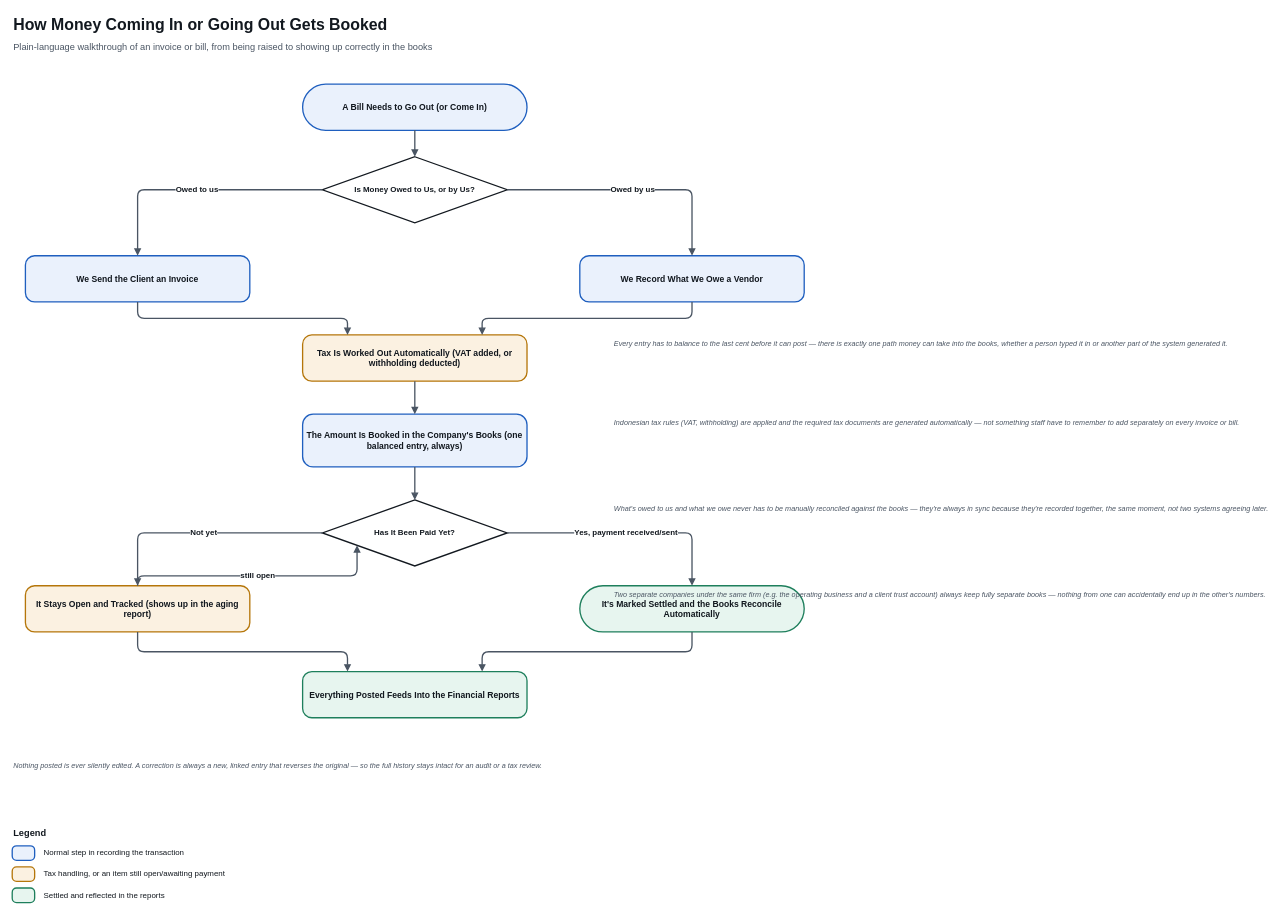
Above: app/Modules/Accounting/ACCOUNTING_FLOW.drawio in andrych17/qualiv_project (draw.io), before the change. Source tidied: cells renumbered, new cells numbered last; positions are measured from the earlier drawing's top-left corner, leaving out a move shared by most shapes. Both pictures are drawn from the tidied source at 66%, with x=0, y=0 at pixel (12, 11).
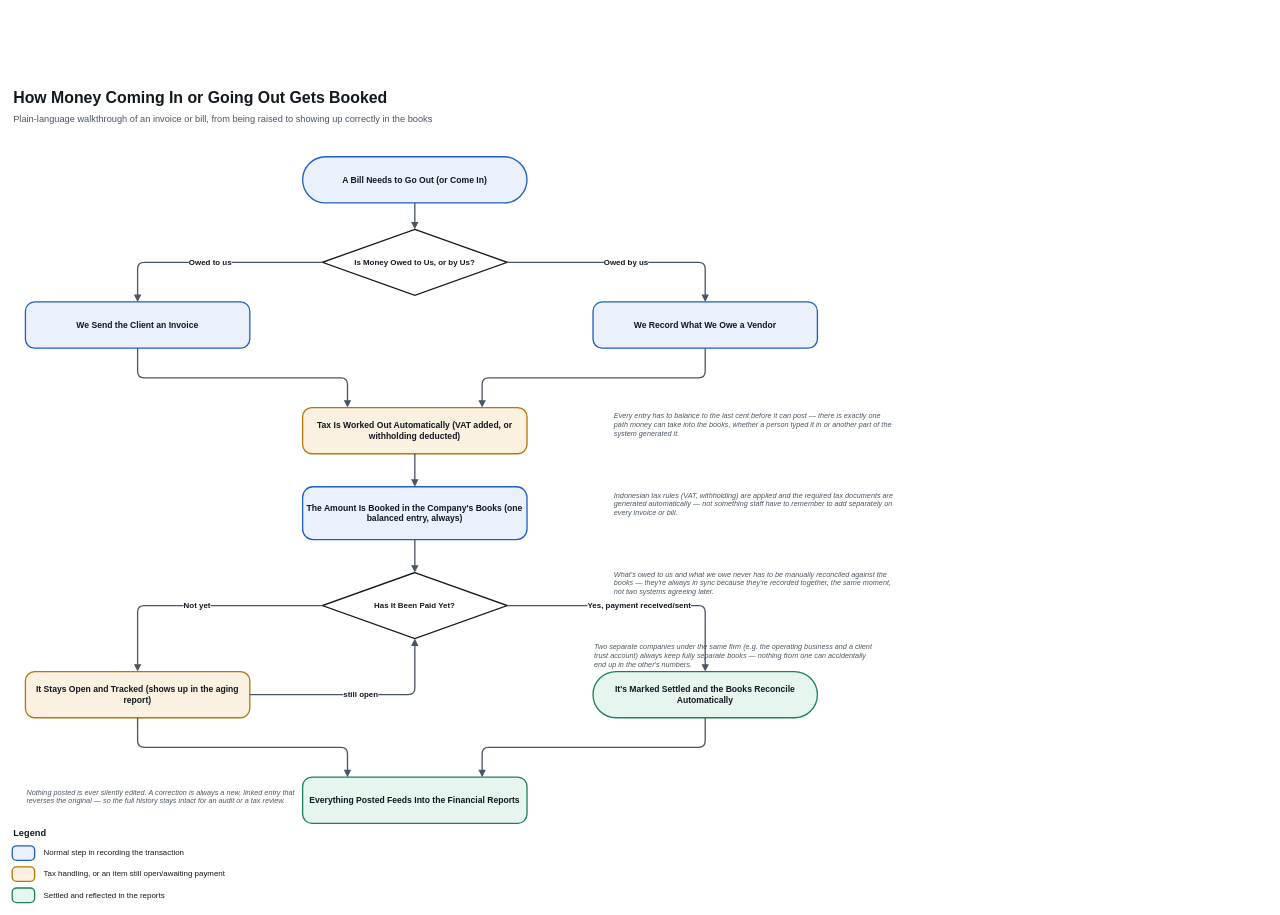
The same diagram, later.

Change to the diagram source:
```diff
@@
     <mxCell id="2" value="How Money Coming In or Going Out Gets Booked" style="text;html=1;fontSize=24;fontStyle=1;fontColor=#12181F;align=left;" parent="1" vertex="1">
-      <mxGeometry width="1000" height="36" as="geometry" />
+      <mxGeometry y="110" width="1000" height="36" as="geometry" />
     </mxCell>
     <mxCell id="3" value="Plain-language walkthrough of an invoice or bill, from being raised to showing up correctly in the books" style="text;html=1;fontSize=14;fontColor=#4A5563;align=left;" parent="1" vertex="1">
-      <mxGeometry y="38" width="1000" height="24" as="geometry" />
+      <mxGeometry y="148" width="1000" height="24" as="geometry" />
     </mxCell>
     <mxCell id="4" value="A Bill Needs to Go Out (or Come In)" style="rounded=1;arcSize=50;whiteSpace=wrap;html=1;fillColor=#EAF1FC;strokeColor=#1F5FBF;strokeWidth=2;fontSize=13;fontStyle=1;fontColor=#12181F;" parent="1" vertex="1">
-      <mxGeometry x="440" y="110" width="340" height="70" as="geometry" />
+      <mxGeometry x="440" y="220" width="340" height="70" as="geometry" />
     </mxCell>
     <mxCell id="5" value="Is Money Owed to Us, or by Us?" style="rhombus;whiteSpace=wrap;html=1;fillColor=#FFFFFF;strokeColor=#12181F;strokeWidth=2;fontSize=12;fontStyle=1;fontColor=#12181F;" parent="1" vertex="1">
-      <mxGeometry x="470" y="220" width="280" height="100" as="geometry" />
+      <mxGeometry x="470" y="330" width="280" height="100" as="geometry" />
     </mxCell>
     <mxCell id="6" value="We Send the Client an Invoice" style="rounded=1;arcSize=20;whiteSpace=wrap;html=1;fillColor=#EAF1FC;strokeColor=#1F5FBF;strokeWidth=2;fontSize=13;fontStyle=1;fontColor=#12181F;" parent="1" vertex="1">
-      <mxGeometry x="20" y="370" width="340" height="70" as="geometry" />
+      <mxGeometry x="20" y="440" width="340" height="70" as="geometry" />
     </mxCell>
     <mxCell id="7" value="We Record What We Owe a Vendor" style="rounded=1;arcSize=20;whiteSpace=wrap;html=1;fillColor=#EAF1FC;strokeColor=#1F5FBF;strokeWidth=2;fontSize=13;fontStyle=1;fontColor=#12181F;" parent="1" vertex="1">
-      <mxGeometry x="860" y="370" width="340" height="70" as="geometry" />
+      <mxGeometry x="880" y="440" width="340" height="70" as="geometry" />
     </mxCell>
     <mxCell id="8" value="Tax Is Worked Out Automatically (VAT added, or withholding deducted)" style="rounded=1;arcSize=20;whiteSpace=wrap;html=1;fillColor=#FBF1E1;strokeColor=#B5760A;strokeWidth=2;fontSize=13;fontStyle=1;fontColor=#12181F;" parent="1" vertex="1">
-      <mxGeometry x="440" y="490" width="340" height="70" as="geometry" />
+      <mxGeometry x="440" y="600" width="340" height="70" as="geometry" />
     </mxCell>
     <mxCell id="9" value="The Amount Is Booked in the Company's Books (one balanced entry, always)" style="rounded=1;arcSize=20;whiteSpace=wrap;html=1;fillColor=#EAF1FC;strokeColor=#1F5FBF;strokeWidth=2;fontSize=13;fontStyle=1;fontColor=#12181F;" parent="1" vertex="1">
-      <mxGeometry x="440" y="610" width="340" height="80" as="geometry" />
+      <mxGeometry x="440" y="720" width="340" height="80" as="geometry" />
     </mxCell>
     <mxCell id="10" value="Has It Been Paid Yet?" style="rhombus;whiteSpace=wrap;html=1;fillColor=#FFFFFF;strokeColor=#12181F;strokeWidth=2;fontSize=12;fontStyle=1;fontColor=#12181F;" parent="1" vertex="1">
-      <mxGeometry x="470" y="740" width="280" height="100" as="geometry" />
+      <mxGeometry x="470" y="850" width="280" height="100" as="geometry" />
     </mxCell>
     <mxCell id="11" value="It Stays Open and Tracked (shows up in the aging report)" style="rounded=1;arcSize=20;whiteSpace=wrap;html=1;fillColor=#FBF1E1;strokeColor=#B5760A;strokeWidth=2;fontSize=13;fontStyle=1;fontColor=#12181F;" parent="1" vertex="1">
-      <mxGeometry x="20" y="870" width="340" height="70" as="geometry" />
+      <mxGeometry x="20" y="1000" width="340" height="70" as="geometry" />
     </mxCell>
     <mxCell id="12" value="It's Marked Settled and the Books Reconcile Automatically" style="rounded=1;arcSize=50;whiteSpace=wrap;html=1;fillColor=#E7F5EF;strokeColor=#1E7F5C;strokeWidth=2;fontSize=13;fontStyle=1;fontColor=#12181F;" parent="1" vertex="1">
-      <mxGeometry x="860" y="870" width="340" height="70" as="geometry" />
+      <mxGeometry x="880" y="1000" width="340" height="70" as="geometry" />
     </mxCell>
     <mxCell id="13" value="Everything Posted Feeds Into the Financial Reports" style="rounded=1;arcSize=20;whiteSpace=wrap;html=1;fillColor=#E7F5EF;strokeColor=#1E7F5C;strokeWidth=2;fontSize=13;fontStyle=1;fontColor=#12181F;" parent="1" vertex="1">
-      <mxGeometry x="440" y="1000" width="340" height="70" as="geometry" />
+      <mxGeometry x="440" y="1160" width="340" height="70" as="geometry" />
     </mxCell>
@@
-    <mxCell id="23" value="still open" style="edgeStyle=orthogonalEdgeStyle;rounded=1;html=1;endArrow=block;endFill=1;strokeColor=#4A5563;strokeWidth=2;fontSize=12;fontStyle=1;fontColor=#12181F;labelBackgroundColor=#FFFFFF;exitX=0.5;exitY=0;exitDx=0;exitDy=0;entryX=0;entryY=0.8;entryDx=0;entryDy=0;" parent="1" edge="1" source="11" target="10">
+    <mxCell id="23" value="still open" style="edgeStyle=orthogonalEdgeStyle;rounded=1;html=1;endArrow=block;endFill=1;strokeColor=#4A5563;strokeWidth=2;fontSize=12;fontStyle=1;fontColor=#12181F;labelBackgroundColor=#FFFFFF;exitX=1;exitY=0.5;exitDx=0;exitDy=0;entryX=0.5;entryY=1;entryDx=0;entryDy=0;" parent="1" edge="1" source="11" target="10">
       <mxGeometry relative="1" as="geometry" />
     </mxCell>
@@
-    <mxCell id="26" value="Every entry has to balance to the last cent before it can post — there is exactly one path money can take into the books, whether a person typed it in or another part of the system generated it." style="text;html=1;fontSize=11;fontColor=#4A5563;fontStyle=2;align=left;verticalAlign=top;" parent="1" vertex="1">
-      <mxGeometry x="910" y="490" width="430" height="70" as="geometry" />
+    <mxCell id="26" value="Every entry has to balance to the last cent before it can post — there is exactly one path money can take into the books, whether a person typed it in or another part of the system generated it." style="text;html=1;fontSize=11;fontColor=#4A5563;fontStyle=2;align=left;verticalAlign=top;whiteSpace=wrap;" parent="1" vertex="1">
+      <mxGeometry x="910" y="600" width="430" height="70" as="geometry" />
     </mxCell>
-    <mxCell id="27" value="Indonesian tax rules (VAT, withholding) are applied and the required tax documents are generated automatically — not something staff have to remember to add separately on every invoice or bill." style="text;html=1;fontSize=11;fontColor=#4A5563;fontStyle=2;align=left;verticalAlign=top;" parent="1" vertex="1">
-      <mxGeometry x="910" y="610" width="430" height="70" as="geometry" />
+    <mxCell id="27" value="Indonesian tax rules (VAT, withholding) are applied and the required tax documents are generated automatically — not something staff have to remember to add separately on every invoice or bill." style="text;html=1;fontSize=11;fontColor=#4A5563;fontStyle=2;align=left;verticalAlign=top;whiteSpace=wrap;" parent="1" vertex="1">
+      <mxGeometry x="910" y="720" width="430" height="70" as="geometry" />
     </mxCell>
-    <mxCell id="28" value="What's owed to us and what we owe never has to be manually reconciled against the books — they're always in sync because they're recorded together, the same moment, not two systems agreeing later." style="text;html=1;fontSize=11;fontColor=#4A5563;fontStyle=2;align=left;verticalAlign=top;" parent="1" vertex="1">
-      <mxGeometry x="910" y="740" width="430" height="80" as="geometry" />
+    <mxCell id="28" value="What's owed to us and what we owe never has to be manually reconciled against the books — they're always in sync because they're recorded together, the same moment, not two systems agreeing later." style="text;html=1;fontSize=11;fontColor=#4A5563;fontStyle=2;align=left;verticalAlign=top;whiteSpace=wrap;" parent="1" vertex="1">
+      <mxGeometry x="910" y="840" width="430" height="80" as="geometry" />
     </mxCell>
-    <mxCell id="29" value="Two separate companies under the same firm (e.g. the operating business and a client trust account) always keep fully separate books — nothing from one can accidentally end up in the other's numbers." style="text;html=1;fontSize=11;fontColor=#4A5563;fontStyle=2;align=left;verticalAlign=top;" parent="1" vertex="1">
-      <mxGeometry x="910" y="870" width="430" height="80" as="geometry" />
+    <mxCell id="29" value="Two separate companies under the same firm (e.g. the operating business and a client trust account) always keep fully separate books — nothing from one can accidentally end up in the other's numbers." style="text;html=1;fontSize=11;fontColor=#4A5563;fontStyle=2;align=left;verticalAlign=top;whiteSpace=wrap;" parent="1" vertex="1">
+      <mxGeometry x="880" y="950" width="430" height="80" as="geometry" />
     </mxCell>
-    <mxCell id="30" value="Nothing posted is ever silently edited. A correction is always a new, linked entry that reverses the original — so the full history stays intact for an audit or a tax review." style="text;html=1;fontSize=11;fontColor=#4A5563;fontStyle=2;align=left;verticalAlign=top;" parent="1" vertex="1">
-      <mxGeometry y="1130" width="700" height="70" as="geometry" />
+    <mxCell id="30" value="Nothing posted is ever silently edited. A correction is always a new, linked entry that reverses the original — so the full history stays intact for an audit or a tax review." style="text;html=1;fontSize=11;fontColor=#4A5563;fontStyle=2;align=left;verticalAlign=top;whiteSpace=wrap;" parent="1" vertex="1">
+      <mxGeometry x="20" y="1170" width="430" height="70" as="geometry" />
     </mxCell>
```
